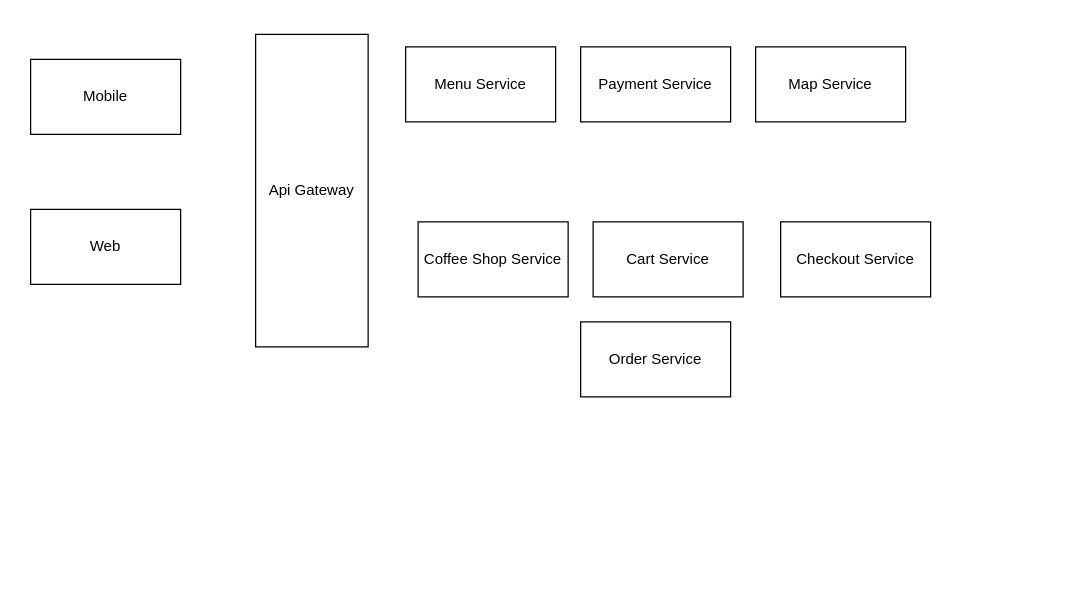
This is Untitled Diagram.drawio from dinesh-i/uber-coffee-shops, a draw.io file, before an edit. Source tidied: cells renumbered, new cells numbered last; positions are measured from the earlier drawing's top-left corner, leaving out a move shared by most shapes. Both pictures are drawn from the tidied source at 125%, with x=0, y=0 at pixel (30, 34).
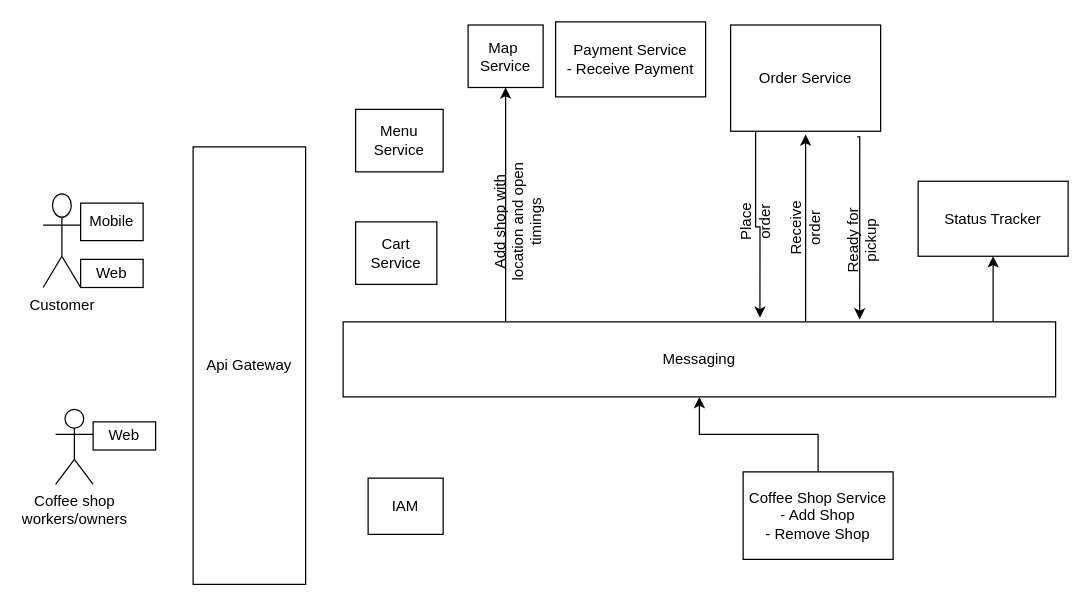
The same diagram, later.

Commit message:
Updates service details

Change to the diagram source:
```diff
@@
     <mxCell id="2" value="Mobile" style="rounded=0;whiteSpace=wrap;html=1;" parent="1" vertex="1">
-      <mxGeometry y="20" width="120" height="60" as="geometry" />
+      <mxGeometry x="40" y="135" width="50" height="30" as="geometry" />
     </mxCell>
     <mxCell id="3" value="Web" style="rounded=0;whiteSpace=wrap;html=1;" parent="1" vertex="1">
-      <mxGeometry y="140" width="120" height="60" as="geometry" />
+      <mxGeometry x="40" y="180" width="50" height="22.5" as="geometry" />
     </mxCell>
     <mxCell id="4" value="Api Gateway" style="rounded=0;whiteSpace=wrap;html=1;" parent="1" vertex="1">
-      <mxGeometry x="180" width="90" height="250" as="geometry" />
+      <mxGeometry x="130" y="90" width="90" height="350" as="geometry" />
     </mxCell>
     <mxCell id="5" value="Menu Service" style="rounded=0;whiteSpace=wrap;html=1;" parent="1" vertex="1">
-      <mxGeometry x="300" y="10" width="120" height="60" as="geometry" />
+      <mxGeometry x="260" y="60" width="70" height="50" as="geometry" />
     </mxCell>
-    <mxCell id="6" value="Payment Service" style="rounded=0;whiteSpace=wrap;html=1;" parent="1" vertex="1">
-      <mxGeometry x="440" y="10" width="120" height="60" as="geometry" />
+    <mxCell id="6" value="Payment Service&lt;br&gt;- Receive Payment" style="rounded=0;whiteSpace=wrap;html=1;" parent="1" vertex="1">
+      <mxGeometry x="420" y="-10" width="120" height="60" as="geometry" />
     </mxCell>
     <mxCell id="7" value="Cart Service" style="rounded=0;whiteSpace=wrap;html=1;" parent="1" vertex="1">
-      <mxGeometry x="450" y="150" width="120" height="60" as="geometry" />
+      <mxGeometry x="260" y="150" width="65" height="50" as="geometry" />
     </mxCell>
+    <mxCell id="12" style="edgeStyle=orthogonalEdgeStyle;rounded=0;jettySize=auto;html=1;" parent="1" edge="1" source="8" target="21">
+      <mxGeometry relative="1" as="geometry" />
+    </mxCell>
-    <mxCell id="8" value="Coffee Shop Service" style="rounded=0;whiteSpace=wrap;html=1;" parent="1" vertex="1">
-      <mxGeometry x="310" y="150" width="120" height="60" as="geometry" />
+    <mxCell id="8" value="Coffee Shop Service&lt;br&gt;- Add Shop&lt;br&gt;- Remove Shop" style="rounded=0;whiteSpace=wrap;html=1;" parent="1" vertex="1">
+      <mxGeometry x="570" y="350" width="120" height="70" as="geometry" />
     </mxCell>
-    <mxCell id="9" value="Checkout Service" style="rounded=0;whiteSpace=wrap;html=1;" parent="1" vertex="1">
-      <mxGeometry x="600" y="150" width="120" height="60" as="geometry" />
-    </mxCell>
-    <mxCell id="10" value="Map&amp;nbsp;Service" style="rounded=0;whiteSpace=wrap;html=1;" parent="1" vertex="1">
-      <mxGeometry x="580" y="10" width="120" height="60" as="geometry" />
+    <mxCell id="10" value="Map&amp;nbsp;&lt;br&gt;Service" style="rounded=0;whiteSpace=wrap;html=1;" parent="1" vertex="1">
+      <mxGeometry x="350" y="-7.5" width="60" height="50" as="geometry" />
     </mxCell>
+    <mxCell id="13" style="edgeStyle=orthogonalEdgeStyle;rounded=0;jettySize=auto;html=1;entryX=0.725;entryY=-0.033;entryDx=0;entryDy=0;entryPerimeter=0;startArrow=none;exitX=0.844;exitY=1.053;exitDx=0;exitDy=0;exitPerimeter=0;" parent="1" edge="1" source="11" target="21">
+      <mxGeometry relative="1" as="geometry">
+        <Array as="points">
+          <mxPoint x="663" y="82" />
+        </Array>
+      </mxGeometry>
+    </mxCell>
+    <mxCell id="14" style="edgeStyle=orthogonalEdgeStyle;rounded=0;jettySize=auto;html=1;entryX=0.585;entryY=-0.056;entryDx=0;entryDy=0;entryPerimeter=0;" parent="1" edge="1" source="11" target="21">
+      <mxGeometry relative="1" as="geometry">
+        <Array as="points">
+          <mxPoint x="580" y="154" />
+          <mxPoint x="584" y="154" />
+        </Array>
+      </mxGeometry>
+    </mxCell>
-    <mxCell id="11" value="Order Service" style="rounded=0;whiteSpace=wrap;html=1;" parent="1" vertex="1">
-      <mxGeometry x="440" y="230" width="120" height="60" as="geometry" />
+    <mxCell id="11" value="Order Service&lt;br&gt;" style="rounded=0;whiteSpace=wrap;html=1;" parent="1" vertex="1">
+      <mxGeometry x="560" y="-7.5" width="120" height="85" as="geometry" />
     </mxCell>
+    <mxCell id="15" value="Customer" style="shape=umlActor;verticalLabelPosition=bottom;verticalAlign=top;html=1;" parent="1" vertex="1">
+      <mxGeometry x="10" y="127.5" width="30" height="75" as="geometry" />
+    </mxCell>
+    <mxCell id="16" value="Coffee shop &lt;br&gt;workers/owners" style="shape=umlActor;verticalLabelPosition=bottom;verticalAlign=top;html=1;" parent="1" vertex="1">
+      <mxGeometry x="20" y="300" width="30" height="60" as="geometry" />
+    </mxCell>
+    <mxCell id="17" value="Web" style="rounded=0;whiteSpace=wrap;html=1;" parent="1" vertex="1">
+      <mxGeometry x="50" y="310" width="50" height="22.5" as="geometry" />
+    </mxCell>
+    <mxCell id="18" style="edgeStyle=orthogonalEdgeStyle;rounded=0;jettySize=auto;html=1;entryX=0.5;entryY=1;entryDx=0;entryDy=0;" parent="1" edge="1" source="21" target="22">
+      <mxGeometry relative="1" as="geometry">
+        <Array as="points">
+          <mxPoint x="770" y="230" />
+          <mxPoint x="770" y="230" />
+        </Array>
+      </mxGeometry>
+    </mxCell>
+    <mxCell id="19" style="edgeStyle=orthogonalEdgeStyle;rounded=0;jettySize=auto;html=1;startArrow=none;" parent="1" edge="1" source="26">
+      <mxGeometry relative="1" as="geometry">
+        <mxPoint x="620" y="80" as="targetPoint" />
+        <Array as="points">
+          <mxPoint x="620" y="190" />
+        </Array>
+      </mxGeometry>
+    </mxCell>
+    <mxCell id="20" style="edgeStyle=orthogonalEdgeStyle;rounded=0;jettySize=auto;html=1;entryX=0.5;entryY=1;entryDx=0;entryDy=0;" parent="1" edge="1" source="21" target="10">
+      <mxGeometry relative="1" as="geometry">
+        <Array as="points">
+          <mxPoint x="380" y="180" />
+          <mxPoint x="380" y="180" />
+        </Array>
+      </mxGeometry>
+    </mxCell>
+    <mxCell id="21" value="Messaging" style="rounded=0;whiteSpace=wrap;html=1;" parent="1" vertex="1">
+      <mxGeometry x="250" y="230" width="570" height="60" as="geometry" />
+    </mxCell>
+    <mxCell id="22" value="Status Tracker" style="rounded=0;whiteSpace=wrap;html=1;" parent="1" vertex="1">
+      <mxGeometry x="710" y="117.5" width="120" height="60" as="geometry" />
+    </mxCell>
+    <mxCell id="23" value="Add shop with location and open timings" style="text;html=1;strokeColor=none;fillColor=none;align=center;verticalAlign=middle;whiteSpace=wrap;rounded=0;rotation=-90;" parent="1" vertex="1">
+      <mxGeometry x="340" y="130" width="100" height="40" as="geometry" />
+    </mxCell>
+    <mxCell id="24" value="IAM" style="rounded=0;whiteSpace=wrap;html=1;" parent="1" vertex="1">
+      <mxGeometry x="270" y="355" width="60" height="45" as="geometry" />
+    </mxCell>
+    <mxCell id="25" value="Place order" style="text;html=1;strokeColor=none;fillColor=none;align=center;verticalAlign=middle;whiteSpace=wrap;rounded=0;rotation=-90;" parent="1" vertex="1">
+      <mxGeometry x="560" y="135" width="40" height="30" as="geometry" />
+    </mxCell>
+    <mxCell id="26" value="Receive order" style="text;html=1;strokeColor=none;fillColor=none;align=center;verticalAlign=middle;whiteSpace=wrap;rounded=0;rotation=-90;" parent="1" vertex="1">
+      <mxGeometry x="585" y="135" width="70" height="40" as="geometry" />
+    </mxCell>
+    <mxCell id="27" style="edgeStyle=orthogonalEdgeStyle;rounded=0;jettySize=auto;html=1;endArrow=none;" parent="1" edge="1" source="21" target="26">
+      <mxGeometry relative="1" as="geometry">
+        <Array as="points">
+          <mxPoint x="620" y="190" />
+        </Array>
+      </mxGeometry>
+    </mxCell>
+    <mxCell id="28" value="Ready for pickup" style="text;html=1;strokeColor=none;fillColor=none;align=center;verticalAlign=middle;whiteSpace=wrap;rounded=0;rotation=-90;" parent="1" vertex="1">
+      <mxGeometry x="630" y="145" width="70" height="40" as="geometry" />
+    </mxCell>
```
